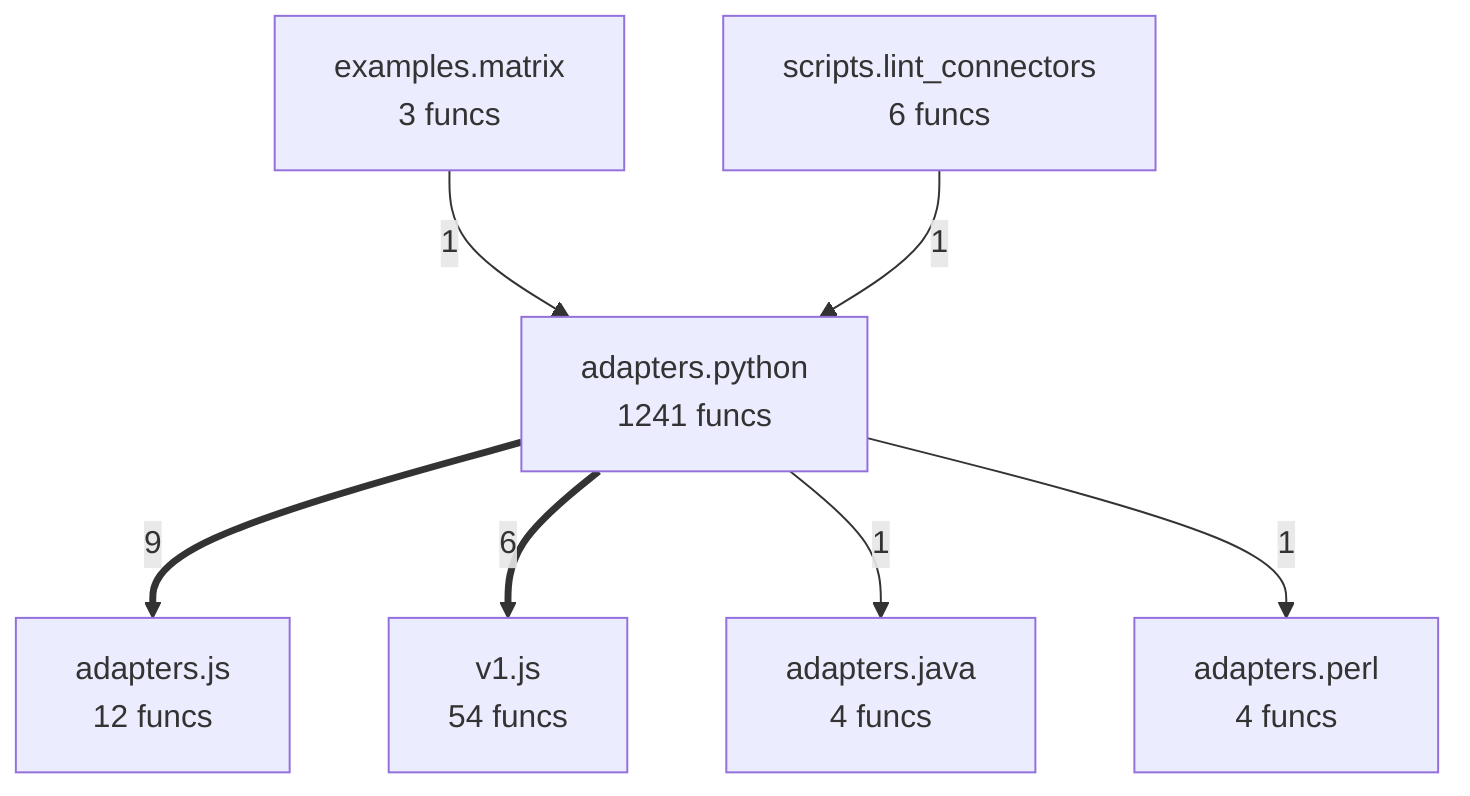
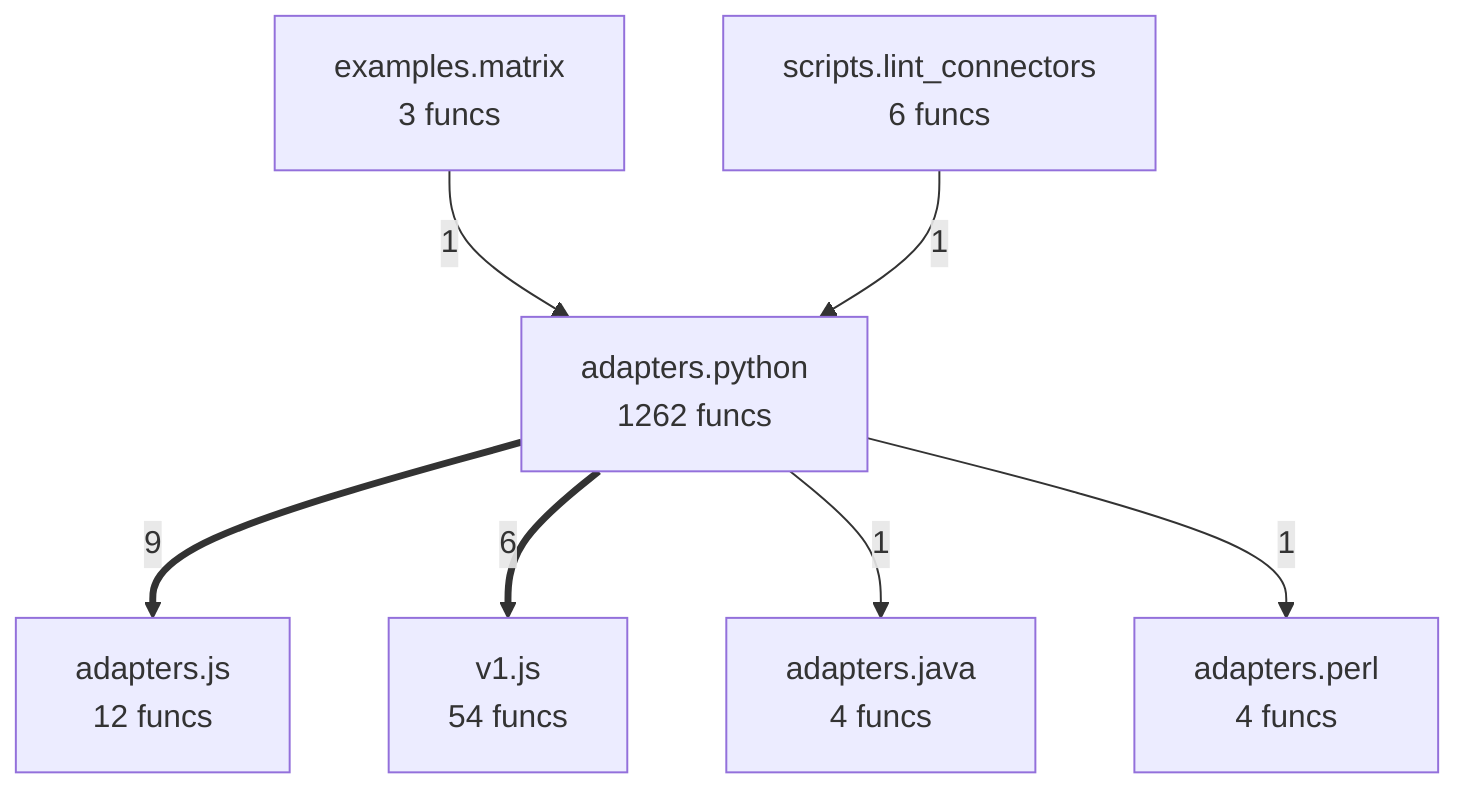
flowchart TD
- %% generated in 0.04s
+ %% generated in 0.07s
    adapters__java["adapters.java<br/>4 funcs"]
    adapters__js["adapters.js<br/>12 funcs"]
    adapters__perl["adapters.perl<br/>4 funcs"]
-     adapters__python["adapters.python<br/>1241 funcs"]
+     adapters__python["adapters.python<br/>1262 funcs"]
    examples__matrix["examples.matrix<br/>3 funcs"]
    scripts__lint_connectors["scripts.lint_connectors<br/>6 funcs"]
    v1__js["v1.js<br/>54 funcs"]
    adapters__python ==>|9| adapters__js
    adapters__python ==>|6| v1__js
    examples__matrix -->|1| adapters__python
    scripts__lint_connectors -->|1| adapters__python
    adapters__python -->|1| adapters__java
    adapters__python -->|1| adapters__perl
